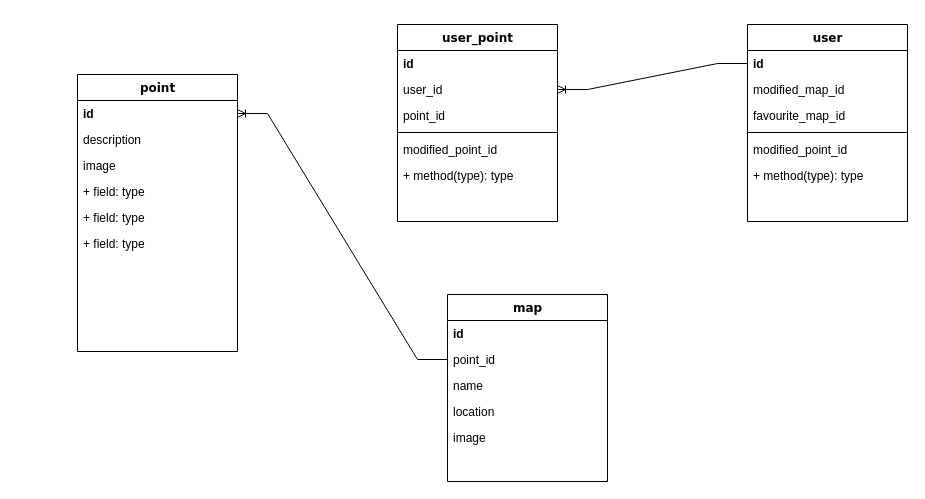
This is planning/ERD.drawio from Ruanruanx/wikiMap, a draw.io file, before an edit. Source tidied: cells renumbered, new cells numbered last; positions are measured from the earlier drawing's top-left corner, leaving out a move shared by most shapes. Both pictures are drawn from the tidied source at 100%, with x=0, y=0 at pixel (77, 24).
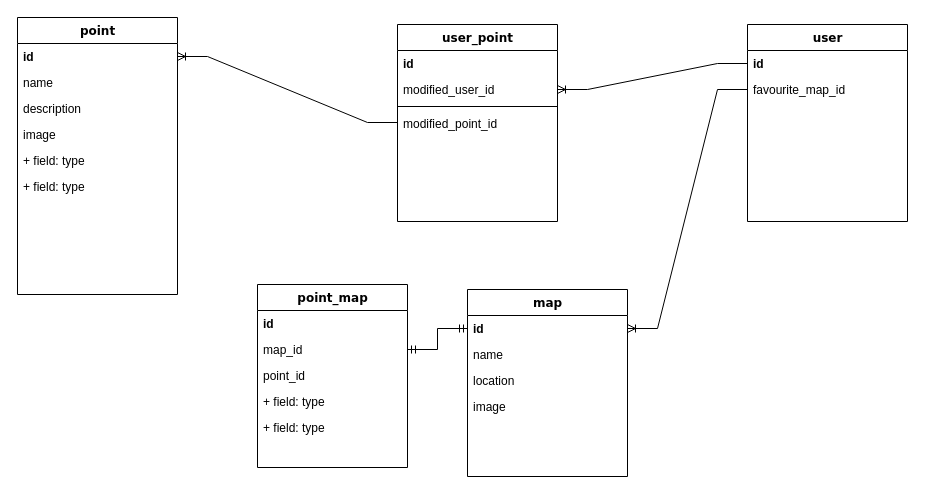
Above is the later version.

Unchanged cells that the change refers to:
```xml
<mxCell id="3" value="&lt;b&gt;id&lt;/b&gt;" style="text;html=1;strokeColor=none;fillColor=none;align=left;verticalAlign=top;spacingLeft=4;spacingRight=4;whiteSpace=wrap;overflow=hidden;points=[[0,0.5],[1,0.5]];portConstraint=eastwest;" parent="2" vertex="1">
  <mxGeometry y="26" width="160" height="26" as="geometry" />
</mxCell>
<mxCell id="9" value="id" style="text;html=1;strokeColor=none;fillColor=none;align=left;verticalAlign=top;spacingLeft=4;spacingRight=4;whiteSpace=wrap;overflow=hidden;points=[[0,0.5],[1,0.5]];portConstraint=eastwest;fontStyle=1;" parent="8" vertex="1">
  <mxGeometry y="26" width="160" height="26" as="geometry" />
</mxCell>
<mxCell id="15" value="user" style="swimlane;html=1;fontStyle=1;align=center;verticalAlign=top;horizontal=1;startSize=26;swimlaneFillColor=#ffffff;rounded=0;shadow=0;comic=0;labelBackgroundColor=none;strokeWidth=1;fillColor=none;fontFamily=Verdana;fontSize=12;" parent="1" vertex="1">
  <mxGeometry x="670" width="160" height="197" as="geometry" />
</mxCell>
<mxCell id="23" value="user_point" style="swimlane;html=1;fontStyle=1;align=center;verticalAlign=top;horizontal=1;startSize=26;swimlaneFillColor=#ffffff;rounded=0;shadow=0;comic=0;labelBackgroundColor=none;strokeWidth=1;fillColor=none;fontFamily=Verdana;fontSize=12;" parent="1" vertex="1">
  <mxGeometry x="320" width="160" height="197" as="geometry" />
</mxCell>
```

Change to the diagram source:
```diff
@@
     <mxCell id="2" value="map" style="swimlane;html=1;fontStyle=1;align=center;verticalAlign=top;horizontal=1;startSize=26;swimlaneFillColor=#ffffff;rounded=0;shadow=0;comic=0;labelBackgroundColor=none;strokeWidth=1;fillColor=none;fontFamily=Verdana;fontSize=12;" parent="1" vertex="1">
-      <mxGeometry x="370" y="270" width="160" height="187" as="geometry" />
+      <mxGeometry x="390" y="265" width="160" height="187" as="geometry" />
     </mxCell>
@@
-    <mxCell id="4" value="point_id" style="text;html=1;strokeColor=none;fillColor=none;align=left;verticalAlign=top;spacingLeft=4;spacingRight=4;whiteSpace=wrap;overflow=hidden;points=[[0,0.5],[1,0.5]];portConstraint=eastwest;" parent="2" vertex="1">
-      <mxGeometry y="52" width="160" height="26" as="geometry" />
-    </mxCell>
     <mxCell id="5" value="name" style="text;html=1;strokeColor=none;fillColor=none;align=left;verticalAlign=top;spacingLeft=4;spacingRight=4;whiteSpace=wrap;overflow=hidden;" parent="2" vertex="1">
-      <mxGeometry y="78" width="160" height="26" as="geometry" />
+      <mxGeometry y="52" width="160" height="26" as="geometry" />
     </mxCell>
     <mxCell id="6" value="location&lt;br&gt;" style="text;html=1;strokeColor=none;fillColor=none;align=left;verticalAlign=top;spacingLeft=4;spacingRight=4;whiteSpace=wrap;overflow=hidden;" parent="2" vertex="1">
-      <mxGeometry y="104" width="160" height="26" as="geometry" />
+      <mxGeometry y="78" width="160" height="26" as="geometry" />
     </mxCell>
     <mxCell id="7" value="image" style="text;html=1;strokeColor=none;fillColor=none;align=left;verticalAlign=top;spacingLeft=4;spacingRight=4;whiteSpace=wrap;overflow=hidden;" parent="2" vertex="1">
-      <mxGeometry y="130" width="160" height="26" as="geometry" />
+      <mxGeometry y="104" width="160" height="26" as="geometry" />
     </mxCell>
     <mxCell id="8" value="point" style="swimlane;html=1;fontStyle=1;align=center;verticalAlign=top;horizontal=1;startSize=26;swimlaneFillColor=#ffffff;rounded=0;shadow=0;comic=0;labelBackgroundColor=none;strokeWidth=1;fillColor=none;fontFamily=Verdana;fontSize=12;" parent="1" vertex="1">
-      <mxGeometry y="50" width="160" height="277" as="geometry" />
+      <mxGeometry x="-60" y="-7" width="160" height="277" as="geometry" />
     </mxCell>
@@
+    <mxCell id="12" value="name" style="text;html=1;strokeColor=none;fillColor=none;align=left;verticalAlign=top;spacingLeft=4;spacingRight=4;whiteSpace=wrap;overflow=hidden;" parent="8" vertex="1">
+      <mxGeometry y="52" width="160" height="26" as="geometry" />
+    </mxCell>
     <mxCell id="10" value="description" style="text;html=1;strokeColor=none;fillColor=none;align=left;verticalAlign=top;spacingLeft=4;spacingRight=4;whiteSpace=wrap;overflow=hidden;" parent="8" vertex="1">
-      <mxGeometry y="52" width="160" height="26" as="geometry" />
+      <mxGeometry y="78" width="160" height="26" as="geometry" />
     </mxCell>
     <mxCell id="11" value="image" style="text;html=1;strokeColor=none;fillColor=none;align=left;verticalAlign=top;spacingLeft=4;spacingRight=4;whiteSpace=wrap;overflow=hidden;" parent="8" vertex="1">
-      <mxGeometry y="78" width="160" height="26" as="geometry" />
+      <mxGeometry y="104" width="160" height="26" as="geometry" />
     </mxCell>
-    <mxCell id="12" value="+ field: type" style="text;html=1;strokeColor=none;fillColor=none;align=left;verticalAlign=top;spacingLeft=4;spacingRight=4;whiteSpace=wrap;overflow=hidden;" parent="8" vertex="1">
-      <mxGeometry y="104" width="160" height="26" as="geometry" />
-    </mxCell>
@@
-    <mxCell id="17" value="modified_map_id" style="text;html=1;strokeColor=none;fillColor=none;align=left;verticalAlign=top;spacingLeft=4;spacingRight=4;whiteSpace=wrap;overflow=hidden;" parent="15" vertex="1">
-      <mxGeometry y="52" width="160" height="26" as="geometry" />
-    </mxCell>
     <mxCell id="18" value="favourite_map_id" style="text;html=1;strokeColor=none;fillColor=none;align=left;verticalAlign=top;spacingLeft=4;spacingRight=4;whiteSpace=wrap;overflow=hidden;points=[[0,0.5],[1,0.5]];portConstraint=eastwest;" parent="15" vertex="1">
-      <mxGeometry y="78" width="160" height="26" as="geometry" />
+      <mxGeometry y="52" width="160" height="26" as="geometry" />
     </mxCell>
-    <mxCell id="19" style="line;html=1;strokeWidth=1;fillColor=none;align=left;verticalAlign=middle;spacingTop=-1;spacingLeft=3;spacingRight=3;labelPosition=right;" parent="15" vertex="1">
-      <mxGeometry y="104" width="160" height="8" as="geometry" />
-    </mxCell>
-    <mxCell id="20" value="modified_point_id" style="text;html=1;strokeColor=none;fillColor=none;align=left;verticalAlign=top;spacingLeft=4;spacingRight=4;whiteSpace=wrap;overflow=hidden;" parent="15" vertex="1">
-      <mxGeometry y="112" width="160" height="26" as="geometry" />
-    </mxCell>
-    <mxCell id="21" value="+ method(type): type" style="text;html=1;strokeColor=none;fillColor=none;align=left;verticalAlign=top;spacingLeft=4;spacingRight=4;whiteSpace=wrap;overflow=hidden;" parent="15" vertex="1">
-      <mxGeometry y="138" width="160" height="26" as="geometry" />
-    </mxCell>
-    <mxCell id="22" style="edgeStyle=entityRelationEdgeStyle;fontSize=12;html=1;endArrow=ERoneToMany;rounded=0;exitX=0;exitY=0.5;exitDx=0;exitDy=0;" parent="1" edge="1" source="4" target="9">
-      <mxGeometry relative="1" as="geometry" />
-    </mxCell>
@@
-    <mxCell id="25" value="user_id" style="text;html=1;strokeColor=none;fillColor=none;align=left;verticalAlign=top;spacingLeft=4;spacingRight=4;whiteSpace=wrap;overflow=hidden;points=[[0,0.5],[1,0.5]];portConstraint=eastwest;" parent="23" vertex="1">
+    <mxCell id="25" value="modified_user_id" style="text;html=1;strokeColor=none;fillColor=none;align=left;verticalAlign=top;spacingLeft=4;spacingRight=4;whiteSpace=wrap;overflow=hidden;points=[[0,0.5],[1,0.5]];portConstraint=eastwest;" parent="23" vertex="1">
       <mxGeometry y="52" width="160" height="26" as="geometry" />
     </mxCell>
-    <mxCell id="26" value="point_id" style="text;html=1;strokeColor=none;fillColor=none;align=left;verticalAlign=top;spacingLeft=4;spacingRight=4;whiteSpace=wrap;overflow=hidden;" parent="23" vertex="1">
-      <mxGeometry y="78" width="160" height="26" as="geometry" />
-    </mxCell>
     <mxCell id="27" style="line;html=1;strokeWidth=1;fillColor=none;align=left;verticalAlign=middle;spacingTop=-1;spacingLeft=3;spacingRight=3;labelPosition=right;" parent="23" vertex="1">
-      <mxGeometry y="104" width="160" height="8" as="geometry" />
+      <mxGeometry y="78" width="160" height="8" as="geometry" />
     </mxCell>
     <mxCell id="28" value="modified_point_id" style="text;html=1;strokeColor=none;fillColor=none;align=left;verticalAlign=top;spacingLeft=4;spacingRight=4;whiteSpace=wrap;overflow=hidden;points=[[0,0.5],[1,0.5]];portConstraint=eastwest;" parent="23" vertex="1">
-      <mxGeometry y="112" width="160" height="26" as="geometry" />
+      <mxGeometry y="86" width="160" height="24" as="geometry" />
     </mxCell>
-    <mxCell id="29" value="+ method(type): type" style="text;html=1;strokeColor=none;fillColor=none;align=left;verticalAlign=top;spacingLeft=4;spacingRight=4;whiteSpace=wrap;overflow=hidden;" parent="23" vertex="1">
-      <mxGeometry y="138" width="160" height="26" as="geometry" />
-    </mxCell>
@@
+    <mxCell id="31" style="edgeStyle=entityRelationEdgeStyle;fontSize=12;html=1;endArrow=ERoneToMany;rounded=0;exitX=0;exitY=0.5;exitDx=0;exitDy=0;" parent="1" edge="1" source="28" target="9">
+      <mxGeometry relative="1" as="geometry" />
+    </mxCell>
+    <mxCell id="32" style="edgeStyle=entityRelationEdgeStyle;fontSize=12;html=1;endArrow=ERoneToMany;rounded=0;exitX=0;exitY=0.5;exitDx=0;exitDy=0;entryX=1;entryY=0.5;entryDx=0;entryDy=0;" parent="1" edge="1" source="18" target="3">
+      <mxGeometry relative="1" as="geometry" />
+    </mxCell>
+    <mxCell id="33" value="point_map" style="swimlane;html=1;fontStyle=1;align=center;verticalAlign=top;horizontal=1;startSize=26;swimlaneFillColor=#ffffff;rounded=0;shadow=0;comic=0;labelBackgroundColor=none;strokeWidth=1;fillColor=none;fontFamily=Verdana;fontSize=12;" parent="1" vertex="1">
+      <mxGeometry x="180" y="260" width="150" height="183" as="geometry" />
+    </mxCell>
+    <mxCell id="34" value="id" style="text;html=1;strokeColor=none;fillColor=none;align=left;verticalAlign=top;spacingLeft=4;spacingRight=4;whiteSpace=wrap;overflow=hidden;fontStyle=1;" parent="33" vertex="1">
+      <mxGeometry y="26" width="150" height="26" as="geometry" />
+    </mxCell>
+    <mxCell id="35" value="map_id" style="text;html=1;strokeColor=none;fillColor=none;align=left;verticalAlign=top;spacingLeft=4;spacingRight=4;whiteSpace=wrap;overflow=hidden;points=[[0,0.5],[1,0.5]];portConstraint=eastwest;" parent="33" vertex="1">
+      <mxGeometry y="52" width="150" height="26" as="geometry" />
+    </mxCell>
+    <mxCell id="36" value="point_id" style="text;html=1;strokeColor=none;fillColor=none;align=left;verticalAlign=top;spacingLeft=4;spacingRight=4;whiteSpace=wrap;overflow=hidden;" parent="33" vertex="1">
+      <mxGeometry y="78" width="150" height="26" as="geometry" />
+    </mxCell>
+    <mxCell id="37" value="+ field: type" style="text;html=1;strokeColor=none;fillColor=none;align=left;verticalAlign=top;spacingLeft=4;spacingRight=4;whiteSpace=wrap;overflow=hidden;" parent="33" vertex="1">
+      <mxGeometry y="104" width="150" height="26" as="geometry" />
+    </mxCell>
+    <mxCell id="38" value="+ field: type" style="text;html=1;strokeColor=none;fillColor=none;align=left;verticalAlign=top;spacingLeft=4;spacingRight=4;whiteSpace=wrap;overflow=hidden;" parent="33" vertex="1">
+      <mxGeometry y="130" width="150" height="26" as="geometry" />
+    </mxCell>
+    <mxCell id="39" style="edgeStyle=entityRelationEdgeStyle;fontSize=12;html=1;endArrow=ERmandOne;startArrow=ERmandOne;rounded=0;entryX=0;entryY=0.5;entryDx=0;entryDy=0;" parent="1" edge="1" source="35" target="3">
+      <mxGeometry relative="1" as="geometry" />
+    </mxCell>
```
